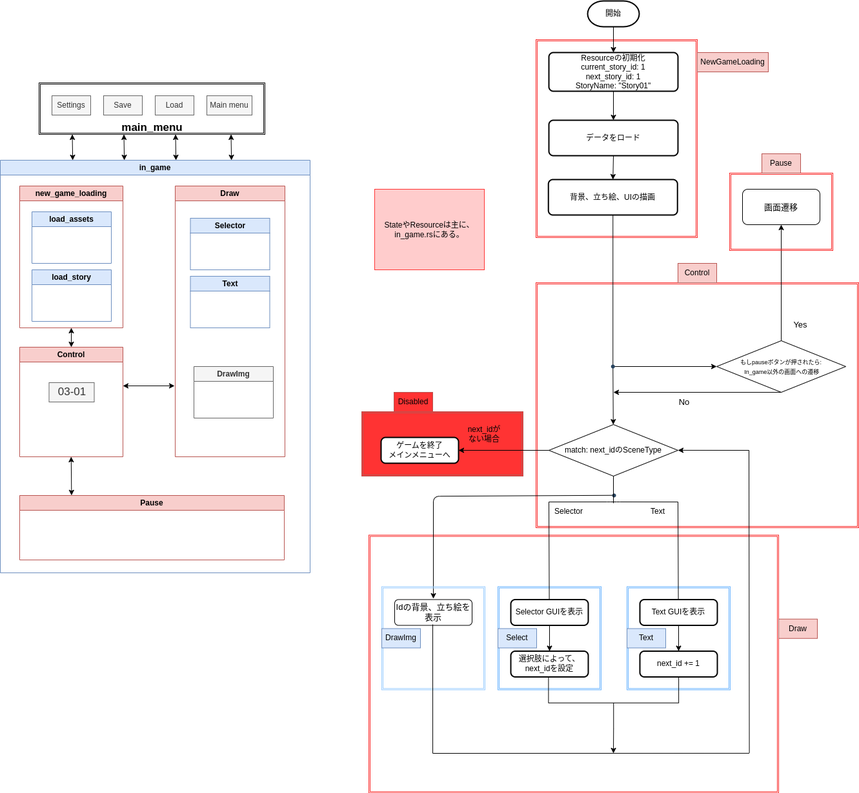
Above: drawio/03_InGame.drawio.png in karasunokoppu/simple-novel-game (draw.io), before the change. Source tidied: cells renumbered, new cells last; positions are measured from the earlier drawing's top-left corner, leaving out a move shared by most shapes.
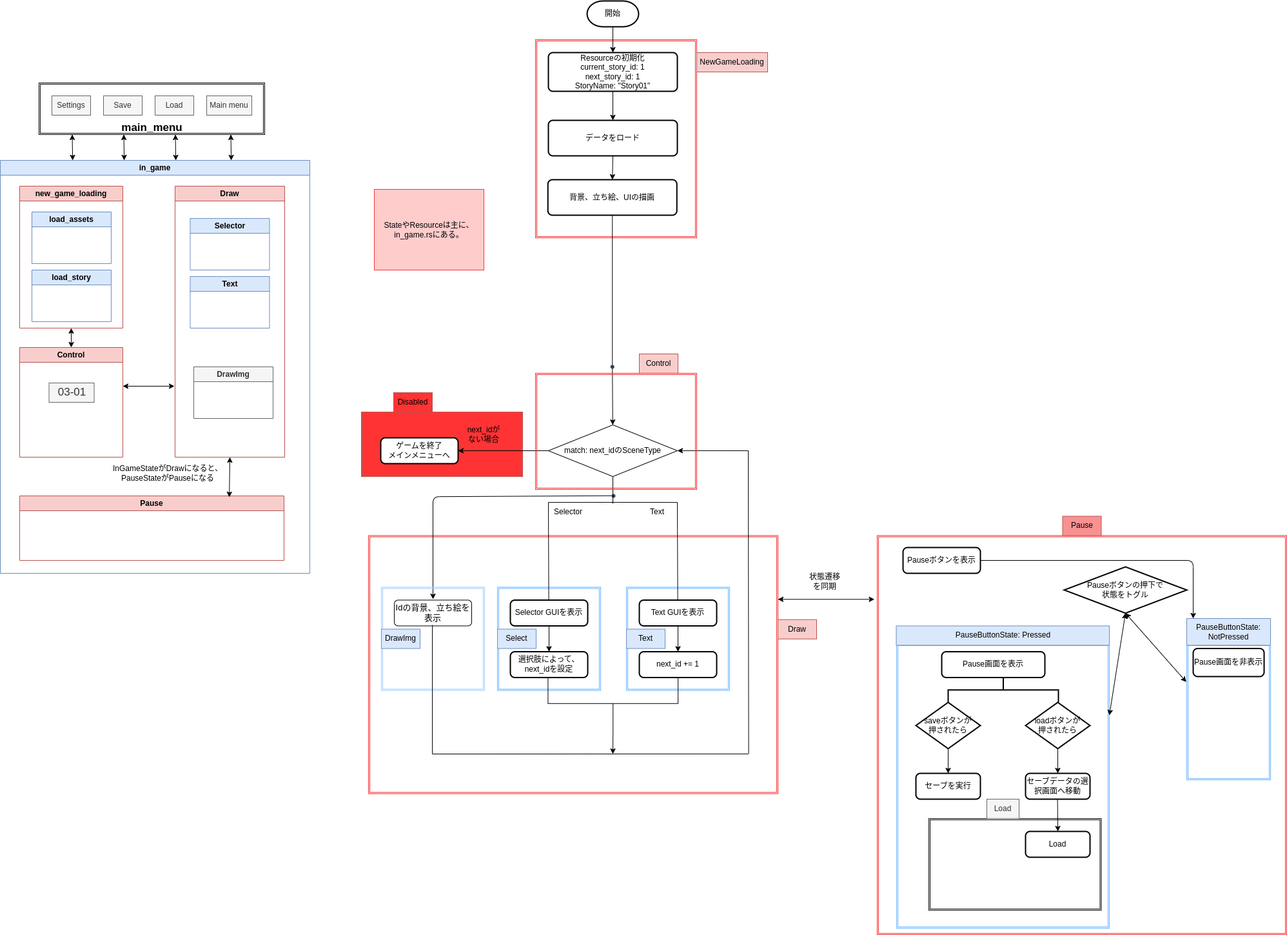
Above is the later version.

What changed in the source:
```diff
@@ -14,9 +14,6 @@
     <mxCell id="5" style="shape=ext;double=1;rounded=0;whiteSpace=wrap;html=1;fontSize=17;fillColor=none;strokeColor=#FA2323;" parent="1" vertex="1">
       <mxGeometry x="830" y="60" width="250" height="307" as="geometry" />
     </mxCell>
-    <mxCell id="6" style="shape=ext;double=1;rounded=0;whiteSpace=wrap;html=1;fontSize=17;fillColor=none;strokeColor=#FA2323;" parent="1" vertex="1">
-      <mxGeometry x="830" y="437" width="500" height="380" as="geometry" />
-    </mxCell>
     <mxCell id="7" value="in_game" style="swimlane;whiteSpace=wrap;html=1;fillColor=#dae8fc;strokeColor=#6c8ebf;" parent="1" vertex="1">
       <mxGeometry y="247" width="480" height="640" as="geometry" />
     </mxCell>
@@ -53,10 +50,8 @@
     <mxCell id="18" style="endArrow=classic;startArrow=classic;html=1;entryX=0.5;entryY=1;entryDx=0;entryDy=0;exitX=0.5;exitY=0;exitDx=0;exitDy=0;" parent="7" edge="1" source="12" target="14">
       <mxGeometry relative="1" as="geometry" />
     </mxCell>
-    <mxCell id="19" style="endArrow=classic;startArrow=classic;html=1;entryX=0.5;entryY=1;entryDx=0;entryDy=0;exitX=0.196;exitY=-0.002;exitDx=0;exitDy=0;exitPerimeter=0;" parent="7" edge="1" source="17">
-      <mxGeometry relative="1" as="geometry">
-        <mxPoint x="109.8" y="460" as="targetPoint" />
-      </mxGeometry>
+    <mxCell id="19" style="endArrow=classic;startArrow=classic;html=1;entryX=0.5;entryY=1;entryDx=0;entryDy=0;exitX=0.793;exitY=0.02;exitDx=0;exitDy=0;exitPerimeter=0;" parent="7" edge="1" source="17" target="8">
+      <mxGeometry relative="1" as="geometry" />
     </mxCell>
     <mxCell id="20" style="endArrow=classic;startArrow=classic;html=1;" parent="7" edge="1">
       <mxGeometry relative="1" as="geometry">
@@ -64,6 +59,9 @@
         <mxPoint x="270" y="350" as="targetPoint" />
       </mxGeometry>
     </mxCell>
+    <mxCell id="87" value="InGameStateがDrawになると、&lt;br&gt;PauseStateがPauseになる" style="text;html=1;strokeColor=none;fillColor=none;align=center;verticalAlign=middle;whiteSpace=wrap;rounded=0;" parent="7" vertex="1">
+      <mxGeometry x="170" y="470" width="180" height="30" as="geometry" />
+    </mxCell>
     <mxCell id="21" style="endArrow=classic;startArrow=classic;html=1;entryX=0.5;entryY=1;entryDx=0;entryDy=0;exitX=0.612;exitY=0;exitDx=0;exitDy=0;exitPerimeter=0;" parent="1" edge="1">
       <mxGeometry relative="1" as="geometry">
         <mxPoint x="112.1" y="247" as="sourcePoint" />
@@ -165,36 +163,12 @@
     <mxCell id="49" value="Select" style="text;html=1;strokeColor=#6c8ebf;fillColor=#dae8fc;align=center;verticalAlign=middle;whiteSpace=wrap;rounded=0;" parent="1" vertex="1">
       <mxGeometry x="771" y="973.5" width="60" height="30" as="geometry" />
     </mxCell>
-    <mxCell id="50" value="&lt;font style=&quot;font-size: 9px;&quot;&gt;もしpauseボタンが押されたら:&lt;br&gt;&amp;nbsp;In_game以外の画面への遷移&lt;/font&gt;" style="rhombus;whiteSpace=wrap;html=1;verticalAlign=middle;spacingBottom=0;" parent="1" vertex="1">
-      <mxGeometry x="1110" y="527" width="200" height="80" as="geometry" />
-    </mxCell>
-    <mxCell id="51" style="endArrow=classic;html=1;fontSize=17;entryX=0;entryY=0.5;entryDx=0;entryDy=0;" parent="1" edge="1">
-      <mxGeometry relative="1" as="geometry">
-        <mxPoint x="950" y="567" as="sourcePoint" />
-        <mxPoint x="1110" y="567" as="targetPoint" />
-      </mxGeometry>
-    </mxCell>
     <mxCell id="52" value="Control" style="text;html=1;strokeColor=#b85450;fillColor=#f8cecc;align=center;verticalAlign=middle;whiteSpace=wrap;rounded=0;" parent="1" vertex="1">
-      <mxGeometry x="1050" y="407" width="60" height="30" as="geometry" />
+      <mxGeometry x="991" y="547" width="60" height="30" as="geometry" />
     </mxCell>
     <mxCell id="53" value="NewGameLoading" style="text;html=1;strokeColor=#b85450;fillColor=#f8cecc;align=center;verticalAlign=middle;whiteSpace=wrap;rounded=0;" parent="1" vertex="1">
       <mxGeometry x="1080" y="80" width="110" height="30" as="geometry" />
     </mxCell>
-    <mxCell id="54" value="No" style="text;html=1;strokeColor=none;fillColor=none;align=center;verticalAlign=middle;whiteSpace=wrap;rounded=0;fontSize=13;" parent="1" vertex="1">
-      <mxGeometry x="1030" y="607" width="60" height="30" as="geometry" />
-    </mxCell>
-    <mxCell id="55" style="endArrow=classic;html=1;fontSize=13;exitX=0.5;exitY=0;exitDx=0;exitDy=0;" parent="1" edge="1" source="50" target="56">
-      <mxGeometry relative="1" as="geometry" />
-    </mxCell>
-    <mxCell id="56" value="画面遷移" style="rounded=1;whiteSpace=wrap;html=1;fontSize=13;" parent="1" vertex="1">
-      <mxGeometry x="1150" y="292" width="120" height="55" as="geometry" />
-    </mxCell>
-    <mxCell id="57" style="shape=ext;double=1;rounded=0;whiteSpace=wrap;html=1;fontSize=17;fillColor=none;strokeColor=#FA2323;" parent="1" vertex="1">
-      <mxGeometry x="1130" y="267" width="160" height="120" as="geometry" />
-    </mxCell>
-    <mxCell id="58" value="Pause" style="text;html=1;strokeColor=#b85450;fillColor=#f8cecc;align=center;verticalAlign=middle;whiteSpace=wrap;rounded=0;" parent="1" vertex="1">
-      <mxGeometry x="1180" y="237" width="60" height="30" as="geometry" />
-    </mxCell>
     <mxCell id="59" value="背景、立ち絵、UIの描画" style="rounded=1;whiteSpace=wrap;html=1;absoluteArcSize=1;arcSize=14;strokeWidth=2;" parent="1" vertex="1">
       <mxGeometry x="849.2" y="277" width="200" height="55" as="geometry" />
     </mxCell>
@@ -204,14 +178,6 @@
     <mxCell id="61" style="strokeWidth=1;html=1;shape=mxgraph.flowchart.annotation_2;align=left;labelPosition=right;strokeColor=#000000;fontSize=13;rotation=-90;" parent="1" vertex="1">
       <mxGeometry x="910.4" y="987.9" width="79.6" height="201.7" as="geometry" />
     </mxCell>
-    <mxCell id="62" style="endArrow=classic;html=1;fontSize=17;exitX=0.5;exitY=1;exitDx=0;exitDy=0;" parent="1" edge="1" source="50">
-      <mxGeometry relative="1" as="geometry">
-        <mxPoint x="950" y="607" as="targetPoint" />
-      </mxGeometry>
-    </mxCell>
-    <mxCell id="63" value="Yes" style="text;html=1;strokeColor=none;fillColor=none;align=center;verticalAlign=middle;whiteSpace=wrap;rounded=0;fontSize=13;" parent="1" vertex="1">
-      <mxGeometry x="1210" y="487" width="60" height="30" as="geometry" />
-    </mxCell>
     <mxCell id="64" value="Draw" style="text;html=1;strokeColor=#b85450;fillColor=#f8cecc;align=center;verticalAlign=middle;whiteSpace=wrap;rounded=0;" parent="1" vertex="1">
       <mxGeometry x="1206" y="958.7" width="60" height="30" as="geometry" />
     </mxCell>
@@ -258,14 +224,16 @@
     <mxCell id="76" style="shape=waypoint;sketch=0;fillStyle=solid;size=6;points=[];fillColor=none;perimeter=centerPerimeter;snapToPoint=1;strokeColor=#294560;strokeWidth=1;fontSize=13;" parent="1" vertex="1">
       <mxGeometry x="941" y="757" width="20" height="20" as="geometry" />
     </mxCell>
-    <mxCell id="77" style="endArrow=none;html=1;entryX=0.04;entryY=0.895;entryDx=0;entryDy=0;entryPerimeter=0;" parent="1" edge="1" target="6">
+    <mxCell id="77" style="endArrow=none;html=1;entryX=0.04;entryY=0.895;entryDx=0;entryDy=0;entryPerimeter=0;" parent="1" edge="1">
       <mxGeometry relative="1" as="geometry">
         <mxPoint x="850.6" y="928.5" as="sourcePoint" />
+        <mxPoint x="850" y="777.1" as="targetPoint" />
       </mxGeometry>
     </mxCell>
-    <mxCell id="78" style="endArrow=none;html=1;entryX=0.44;entryY=0.895;entryDx=0;entryDy=0;entryPerimeter=0;" parent="1" edge="1" target="6">
+    <mxCell id="78" style="endArrow=none;html=1;entryX=0.44;entryY=0.895;entryDx=0;entryDy=0;entryPerimeter=0;" parent="1" edge="1">
       <mxGeometry relative="1" as="geometry">
         <mxPoint x="1050.6" y="928.4" as="sourcePoint" />
+        <mxPoint x="1050" y="777.1" as="targetPoint" />
       </mxGeometry>
     </mxCell>
     <mxCell id="79" style="endArrow=none;html=1;entryX=0.5;entryY=1;entryDx=0;entryDy=0;" parent="1" edge="1" target="37">
@@ -273,8 +241,10 @@
         <mxPoint x="950" y="779" as="sourcePoint" />
       </mxGeometry>
     </mxCell>
-    <mxCell id="80" style="endArrow=none;html=1;exitX=0.04;exitY=0.895;exitDx=0;exitDy=0;exitPerimeter=0;entryX=0.44;entryY=0.895;entryDx=0;entryDy=0;entryPerimeter=0;" parent="1" edge="1" source="6" target="6">
+    <mxCell id="80" style="endArrow=none;html=1;exitX=0.04;exitY=0.895;exitDx=0;exitDy=0;exitPerimeter=0;entryX=0.44;entryY=0.895;entryDx=0;entryDy=0;entryPerimeter=0;" parent="1" edge="1">
       <mxGeometry relative="1" as="geometry">
+        <mxPoint x="850" y="777.1" as="sourcePoint" />
+        <mxPoint x="1050" y="777.1" as="targetPoint" />
         <Array as="points">
           <mxPoint x="950" y="777" />
         </Array>
@@ -288,14 +258,16 @@
         <mxPoint x="670" y="1167" as="sourcePoint" />
       </mxGeometry>
     </mxCell>
-    <mxCell id="83" style="endArrow=none;html=1;entryX=0.66;entryY=0.684;entryDx=0;entryDy=0;entryPerimeter=0;" parent="1" edge="1" target="6">
+    <mxCell id="83" style="endArrow=none;html=1;entryX=0.66;entryY=0.684;entryDx=0;entryDy=0;entryPerimeter=0;" parent="1" edge="1">
       <mxGeometry relative="1" as="geometry">
         <mxPoint x="1160.6" y="1166.4" as="sourcePoint" />
+        <mxPoint x="1160" y="696.9" as="targetPoint" />
       </mxGeometry>
     </mxCell>
-    <mxCell id="84" style="endArrow=classic;html=1;entryX=0.44;entryY=0.684;entryDx=0;entryDy=0;entryPerimeter=0;" parent="1" edge="1" target="6">
+    <mxCell id="84" style="endArrow=classic;html=1;entryX=0.44;entryY=0.684;entryDx=0;entryDy=0;entryPerimeter=0;" parent="1" edge="1">
       <mxGeometry relative="1" as="geometry">
         <mxPoint x="1160" y="697" as="sourcePoint" />
+        <mxPoint x="1050" y="696.9" as="targetPoint" />
       </mxGeometry>
     </mxCell>
     <mxCell id="85" style="endArrow=classic;html=1;exitX=0;exitY=0.5;exitDx=0;exitDy=0;exitPerimeter=0;" parent="1" edge="1" source="61">
@@ -306,5 +278,99 @@
     <mxCell id="86" value="StateやResourceは主に、&lt;br&gt;in_game.rsにある。" style="text;html=1;strokeColor=#FF3333;fillColor=#ffcccc;align=center;verticalAlign=middle;whiteSpace=wrap;rounded=0;" parent="1" vertex="1">
       <mxGeometry x="580" y="292" width="170" height="125" as="geometry" />
     </mxCell>
+    <mxCell id="88" style="shape=ext;double=1;rounded=0;whiteSpace=wrap;html=1;fontSize=17;fillColor=none;strokeColor=#FA2323;" parent="1" vertex="1">
+      <mxGeometry x="1360" y="828.5" width="635" height="618.5" as="geometry" />
+    </mxCell>
+    <mxCell id="58" value="Pause" style="text;html=1;strokeColor=#b85450;fillColor=#F89292;align=center;verticalAlign=middle;whiteSpace=wrap;rounded=0;" parent="1" vertex="1">
+      <mxGeometry x="1647.5" y="798.5" width="60" height="30" as="geometry" />
+    </mxCell>
+    <mxCell id="89" style="endArrow=classic;startArrow=classic;html=1;entryX=-0.005;entryY=0.151;entryDx=0;entryDy=0;entryPerimeter=0;exitX=1.002;exitY=0.151;exitDx=0;exitDy=0;exitPerimeter=0;" parent="1" edge="1">
+      <mxGeometry relative="1" as="geometry">
+        <mxPoint x="1206" y="927.3" as="sourcePoint" />
+        <mxPoint x="1355.6" y="927.3" as="targetPoint" />
+      </mxGeometry>
+    </mxCell>
+    <mxCell id="90" value="状態遷移を同期" style="text;html=1;strokeColor=none;fillColor=none;align=center;verticalAlign=middle;whiteSpace=wrap;rounded=0;" parent="1" vertex="1">
+      <mxGeometry x="1248.7" y="885.4" width="60" height="30" as="geometry" />
+    </mxCell>
+    <mxCell id="91" style="shape=ext;double=1;rounded=0;whiteSpace=wrap;html=1;fontSize=17;fillColor=none;strokeColor=#66B2FF;" parent="1" vertex="1">
+      <mxGeometry x="1390" y="997" width="330" height="440" as="geometry" />
+    </mxCell>
+    <mxCell id="92" value="PauseButtonState: Pressed" style="text;html=1;strokeColor=#6c8ebf;fillColor=#dae8fc;align=center;verticalAlign=middle;whiteSpace=wrap;rounded=0;" parent="1" vertex="1">
+      <mxGeometry x="1389.5" y="968.5" width="330.5" height="30" as="geometry" />
+    </mxCell>
+    <mxCell id="93" style="shape=ext;double=1;rounded=0;whiteSpace=wrap;html=1;fontSize=17;fillColor=none;strokeColor=#66B2FF;" parent="1" vertex="1">
+      <mxGeometry x="1840" y="997" width="130" height="210" as="geometry" />
+    </mxCell>
+    <mxCell id="94" value="PauseButtonState: NotPressed" style="text;html=1;strokeColor=#6c8ebf;fillColor=#dae8fc;align=center;verticalAlign=middle;whiteSpace=wrap;rounded=0;" parent="1" vertex="1">
+      <mxGeometry x="1840" y="957" width="130" height="41.5" as="geometry" />
+    </mxCell>
+    <mxCell id="95" value="Pauseボタンを表示" style="rounded=1;whiteSpace=wrap;html=1;absoluteArcSize=1;arcSize=14;strokeWidth=2;" parent="1" vertex="1">
+      <mxGeometry x="1400" y="847" width="120" height="40" as="geometry" />
+    </mxCell>
+    <mxCell id="96" value="Pauseボタンの押下で&lt;br&gt;状態をトグル" style="strokeWidth=2;html=1;shape=mxgraph.flowchart.decision;whiteSpace=wrap;fillColor=none;" parent="1" vertex="1">
+      <mxGeometry x="1650" y="877" width="190" height="71.7" as="geometry" />
+    </mxCell>
+    <mxCell id="97" style="endArrow=classic;html=1;exitX=1;exitY=0.5;exitDx=0;exitDy=0;" parent="1" edge="1" source="95">
+      <mxGeometry relative="1" as="geometry">
+        <mxPoint x="1850" y="957" as="targetPoint" />
+        <Array as="points">
+          <mxPoint x="1850" y="867" />
+        </Array>
+      </mxGeometry>
+    </mxCell>
+    <mxCell id="98" style="endArrow=classic;startArrow=classic;html=1;entryX=0.5;entryY=1;entryDx=0;entryDy=0;entryPerimeter=0;exitX=1;exitY=0.25;exitDx=0;exitDy=0;" parent="1" edge="1" source="91" target="96">
+      <mxGeometry relative="1" as="geometry" />
+    </mxCell>
+    <mxCell id="99" value="Pause画面を表示" style="rounded=1;whiteSpace=wrap;html=1;absoluteArcSize=1;arcSize=14;strokeWidth=2;" parent="1" vertex="1">
+      <mxGeometry x="1460" y="1008.5" width="160" height="40" as="geometry" />
+    </mxCell>
+    <mxCell id="100" style="endArrow=classic;startArrow=classic;html=1;entryX=0.5;entryY=1;entryDx=0;entryDy=0;entryPerimeter=0;exitX=-0.005;exitY=0.278;exitDx=0;exitDy=0;exitPerimeter=0;" parent="1" edge="1" source="93" target="96">
+      <mxGeometry relative="1" as="geometry" />
+    </mxCell>
+    <mxCell id="101" value="Pause画面を非表示" style="rounded=1;whiteSpace=wrap;html=1;absoluteArcSize=1;arcSize=14;strokeWidth=2;" parent="1" vertex="1">
+      <mxGeometry x="1850" y="1003.5" width="110" height="43.5" as="geometry" />
+    </mxCell>
+    <mxCell id="102" value="saveボタンが&lt;br&gt;押されたら" style="strokeWidth=2;html=1;shape=mxgraph.flowchart.decision;whiteSpace=wrap;fillColor=none;" parent="1" vertex="1">
+      <mxGeometry x="1420" y="1087" width="100" height="71.7" as="geometry" />
+    </mxCell>
+    <mxCell id="103" value="loadボタンが&lt;br&gt;押されたら" style="strokeWidth=2;html=1;shape=mxgraph.flowchart.decision;whiteSpace=wrap;fillColor=none;" parent="1" vertex="1">
+      <mxGeometry x="1590" y="1087" width="100" height="71.7" as="geometry" />
+    </mxCell>
+    <mxCell id="104" style="strokeWidth=2;html=1;shape=mxgraph.flowchart.annotation_2;align=left;labelPosition=right;fillColor=none;rotation=90;" parent="1" vertex="1">
+      <mxGeometry x="1536.7" y="982.3" width="37.5" height="170.9" as="geometry" />
+    </mxCell>
+    <mxCell id="105" value="セーブを実行" style="rounded=1;whiteSpace=wrap;html=1;absoluteArcSize=1;arcSize=14;strokeWidth=2;" parent="1" vertex="1">
+      <mxGeometry x="1420" y="1197" width="100" height="40" as="geometry" />
+    </mxCell>
+    <mxCell id="106" style="endArrow=classic;html=1;exitX=0.5;exitY=1;exitDx=0;exitDy=0;exitPerimeter=0;entryX=0.5;entryY=0;entryDx=0;entryDy=0;" parent="1" edge="1" source="102" target="105">
+      <mxGeometry relative="1" as="geometry" />
+    </mxCell>
+    <mxCell id="107" style="endArrow=classic;html=1;exitX=0.5;exitY=1;exitDx=0;exitDy=0;exitPerimeter=0;" parent="1" edge="1" source="103" target="108">
+      <mxGeometry relative="1" as="geometry" />
+    </mxCell>
+    <mxCell id="108" value="セーブデータの選択画面へ移動" style="rounded=1;whiteSpace=wrap;html=1;absoluteArcSize=1;arcSize=14;strokeWidth=2;" parent="1" vertex="1">
+      <mxGeometry x="1590" y="1197" width="100" height="40" as="geometry" />
+    </mxCell>
+    <mxCell id="109" style="endArrow=classic;html=1;exitX=0.5;exitY=1;exitDx=0;exitDy=0;exitPerimeter=0;entryX=0.758;entryY=0.659;entryDx=0;entryDy=0;entryPerimeter=0;" parent="1" edge="1" target="91">
+      <mxGeometry relative="1" as="geometry">
+        <mxPoint x="1639.6" y="1237" as="sourcePoint" />
+      </mxGeometry>
+    </mxCell>
+    <mxCell id="110" value="Load" style="rounded=1;whiteSpace=wrap;html=1;absoluteArcSize=1;arcSize=14;strokeWidth=2;" parent="1" vertex="1">
+      <mxGeometry x="1590" y="1287" width="100" height="40" as="geometry" />
+    </mxCell>
+    <mxCell id="111" style="group;fillColor=none;" parent="1" vertex="1">
+      <mxGeometry x="1440" y="1267" width="267.5" height="160" as="geometry" />
+    </mxCell>
+    <mxCell id="112" style="shape=ext;double=1;rounded=0;whiteSpace=wrap;html=1;fillColor=none;" parent="111" vertex="1">
+      <mxGeometry width="267.5" height="142.2" as="geometry" />
+    </mxCell>
+    <mxCell id="113" value="Load" style="text;html=1;strokeColor=#666666;fillColor=#f5f5f5;align=center;verticalAlign=middle;whiteSpace=wrap;rounded=0;fontColor=#333333;" parent="1" vertex="1">
+      <mxGeometry x="1530" y="1237" width="50" height="30" as="geometry" />
+    </mxCell>
+    <mxCell id="114" style="shape=ext;double=1;rounded=0;whiteSpace=wrap;html=1;fontSize=17;fillColor=none;strokeColor=#FA2323;" parent="1" vertex="1">
+      <mxGeometry x="830" y="577" width="250" height="180" as="geometry" />
+    </mxCell>
   </root>
 </mxGraphModel>
```
